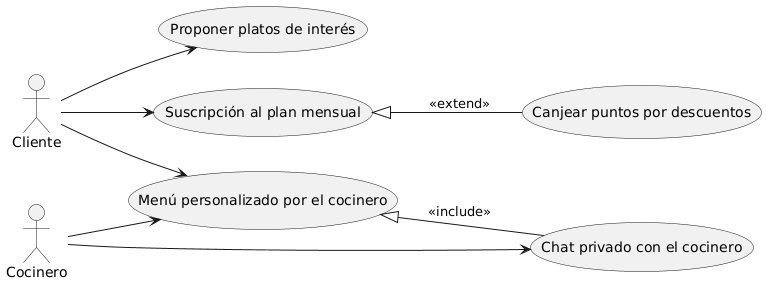
This is documents/Diagrames Casos d'Us/Diagrames/Diagrama Caso de uso B6.png from dabien3/ES25UAB-511-05, a PlantUML export, as it was before one commit. Source of this version:
```plantuml
@startuml
left to right direction

actor Cliente
actor Cocinero

usecase "Proponer platos de interés" as ProponerPlatos
usecase "Chat privado con el cocinero" as ChatCocinero
usecase "Menú personalizado por el cocinero" as MenuPersonalizado
usecase "Suscripción al plan mensual" as PlanMensual
usecase "Canjear puntos por descuentos" as CanjearPuntos

Cliente --> ProponerPlatos
Cliente --> MenuPersonalizado
Cliente --> PlanMensual

MenuPersonalizado <|-- ChatCocinero : <<include>>
PlanMensual <|-- CanjearPuntos : <<extend>>
Cocinero --> ChatCocinero
Cocinero --> MenuPersonalizado
@enduml
```
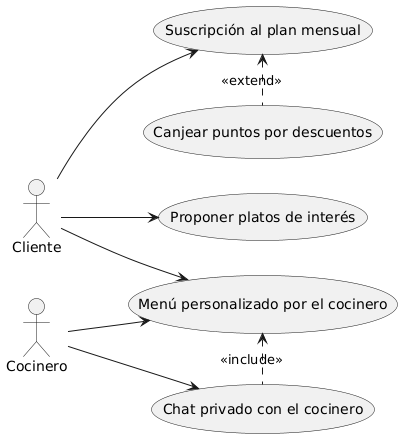
Later version of the same file.

Change to the diagram source:
```diff
@@ -14,8 +14,8 @@
 Cliente --> MenuPersonalizado
 Cliente --> PlanMensual
 
-MenuPersonalizado <|-- ChatCocinero : <<include>>
-PlanMensual <|-- CanjearPuntos : <<extend>>
+MenuPersonalizado <. ChatCocinero : <<include>>
+PlanMensual <. CanjearPuntos : <<extend>>
 Cocinero --> ChatCocinero
 Cocinero --> MenuPersonalizado
 @enduml
```
